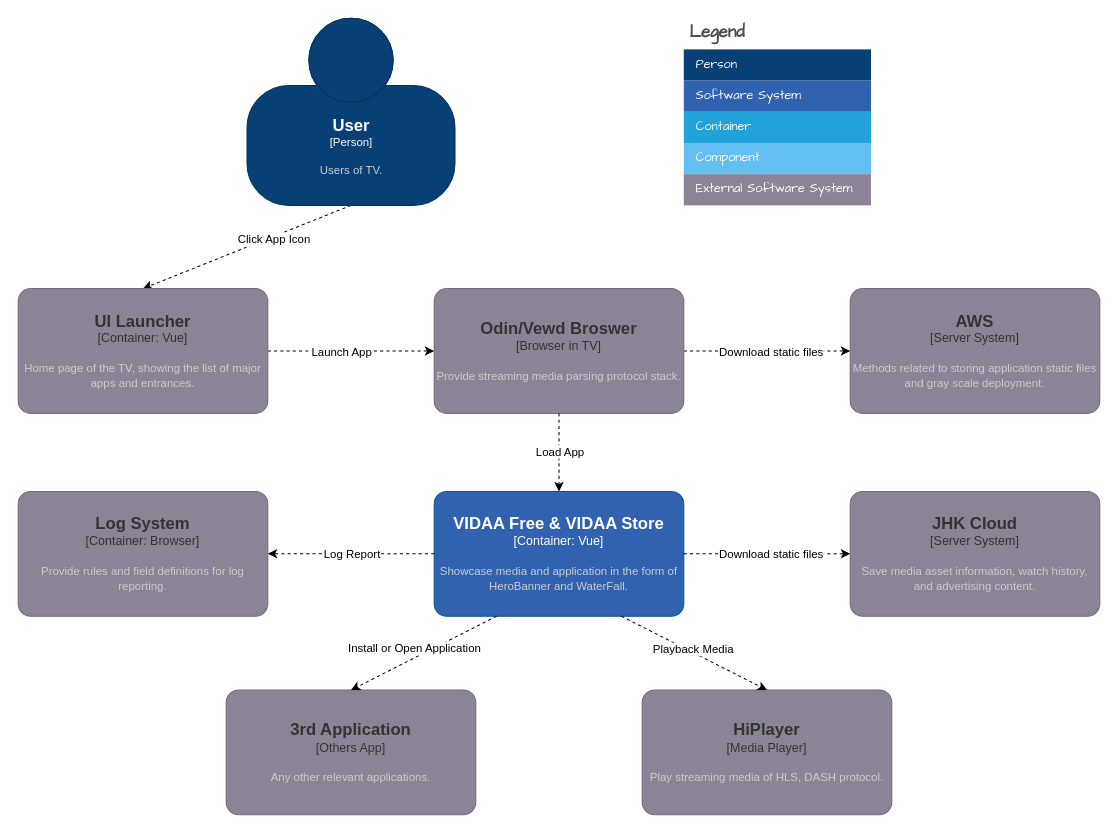
Before: page "Context Diagram 上下文图" (4 of 5) of Free and Store Diagram.drawio in LeeDebug/drawio, a draw.io diagram. Source tidied: cells renumbered, new cells numbered last; positions are measured from the earlier drawing's top-left corner, leaving out a move shared by most shapes. Both pictures are drawn from the tidied source at 104%, with x=0, y=0 at pixel (18, 18).
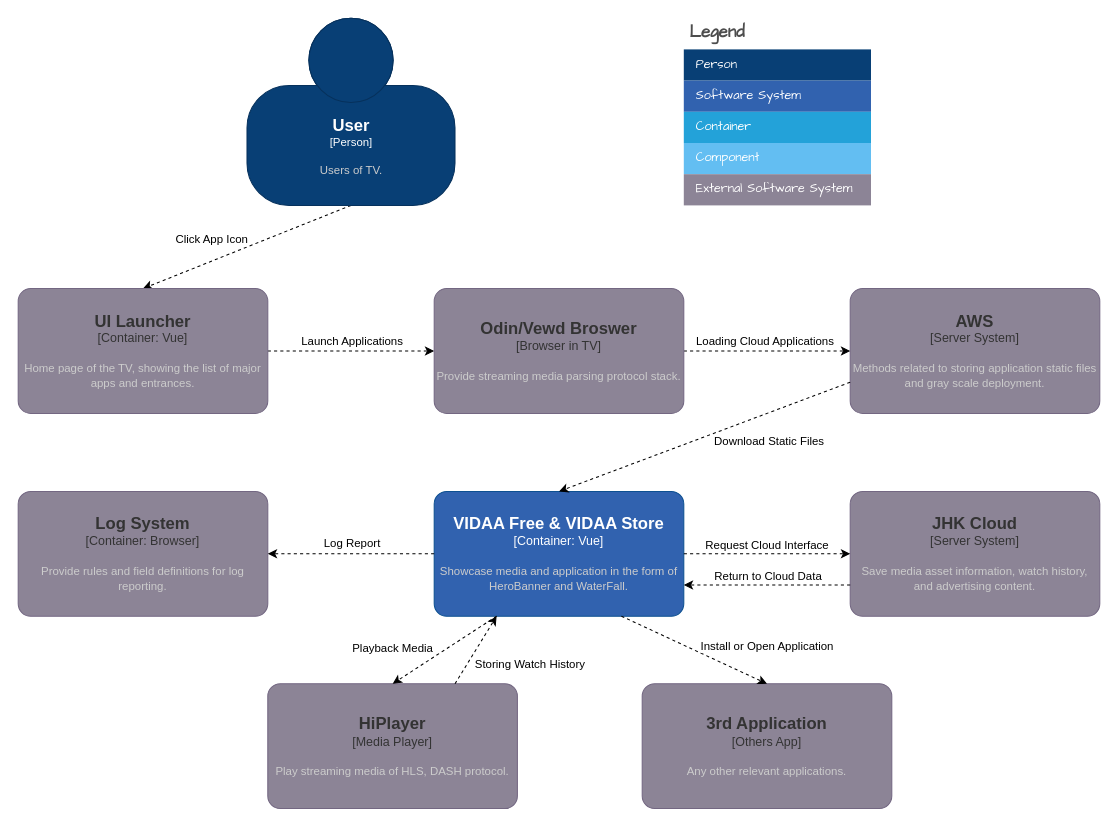
After the change.

Unchanged cells that the change refers to:
```xml
<mxCell id="2" style="rounded=0;jettySize=auto;html=1;exitX=0.5;exitY=1;exitDx=0;exitDy=0;exitPerimeter=0;entryX=0.5;entryY=0;entryDx=0;entryDy=0;entryPerimeter=0;dashed=1;snapToPoint=0;" parent="1" edge="1" source="4" target="7">
  <mxGeometry relative="1" as="geometry" />
</mxCell>
<mxCell id="5" style="edgeStyle=none;rounded=0;jettySize=auto;html=1;exitX=1;exitY=0.5;exitDx=0;exitDy=0;exitPerimeter=0;entryX=0;entryY=0.5;entryDx=0;entryDy=0;entryPerimeter=0;dashed=1;snapToPoint=0;" parent="1" edge="1" source="7" target="12">
  <mxGeometry relative="1" as="geometry" />
</mxCell>
<object id="8" label="&lt;font style=&quot;font-size: 16px&quot;&gt;&lt;b&gt;%c4Name%&lt;/b&gt;&lt;/font&gt;&lt;div&gt;[%c4Type%]&lt;/div&gt;&lt;br&gt;&lt;div&gt;&lt;font style=&quot;font-size: 11px&quot;&gt;&lt;font color=&quot;#cccccc&quot;&gt;%c4Description%&lt;/font&gt;&lt;/div&gt;" c4Description="Methods related to storing application static files and gray scale deployment." c4Name="AWS" c4Type="Server System" placeholders="1">
  <mxCell style="rounded=1;whiteSpace=wrap;html=1;labelBackgroundColor=none;fillColor=#8C8496;align=center;arcSize=10;strokeColor=#736782;points=[[0.25,0,0],[0.5,0,0],[0.75,0,0],[1,0.25,0],[1,0.5,0],[1,0.75,0],[0.75,1,0],[0.5,1,0],[0.25,1,0],[0,0.75,0],[0,0.5,0],[0,0.25,0]];fontColor=#333333;snapToPoint=0;" parent="1" vertex="1">
    <mxGeometry x="800" y="260" width="240" height="120" as="geometry" />
  </mxCell>
</object>
<mxCell id="9" style="edgeStyle=none;rounded=0;jettySize=auto;html=1;exitX=1;exitY=0.5;exitDx=0;exitDy=0;exitPerimeter=0;entryX=0;entryY=0.5;entryDx=0;entryDy=0;entryPerimeter=0;dashed=1;snapToPoint=0;" parent="1" edge="1" source="12" target="8">
  <mxGeometry relative="1" as="geometry" />
</mxCell>
<object id="11" label="&lt;font style=&quot;font-size: 16px&quot;&gt;&lt;b&gt;%c4Name%&lt;/b&gt;&lt;/font&gt;&lt;div&gt;[%c4Type%]&lt;/div&gt;&lt;br&gt;&lt;div&gt;&lt;font style=&quot;font-size: 11px&quot;&gt;&lt;font color=&quot;#cccccc&quot;&gt;%c4Description%&lt;/font&gt;&lt;/div&gt;" c4Description="Showcase media and application in the form of HeroBanner and WaterFall." c4Name="VIDAA Free &amp; VIDAA Store" c4Type="Container: Vue" placeholders="1">
  <mxCell style="rounded=1;whiteSpace=wrap;html=1;labelBackgroundColor=none;fillColor=#3162AF;fontColor=#ffffff;align=center;arcSize=10;strokeColor=#0D5091;points=[[0.25,0,0],[0.5,0,0],[0.75,0,0],[1,0.25,0],[1,0.5,0],[1,0.75,0],[0.75,1,0],[0.5,1,0],[0.25,1,0],[0,0.75,0],[0,0.5,0],[0,0.25,0]];snapToPoint=0;" parent="1" vertex="1">
    <mxGeometry x="400" y="455" width="240" height="120" as="geometry" />
  </mxCell>
</object>
<object id="12" label="&lt;font style=&quot;font-size: 16px&quot;&gt;&lt;b&gt;%c4Name%&lt;/b&gt;&lt;/font&gt;&lt;div&gt;[%c4Type%]&lt;/div&gt;&lt;br&gt;&lt;div&gt;&lt;font style=&quot;font-size: 11px&quot;&gt;&lt;font color=&quot;#cccccc&quot;&gt;%c4Description%&lt;/font&gt;&lt;/div&gt;" c4Description="Provide streaming media parsing protocol stack." c4Name="Odin/Vewd Broswer" c4Type="Browser in TV" placeholders="1">
  <mxCell style="rounded=1;whiteSpace=wrap;html=1;labelBackgroundColor=none;fillColor=#8C8496;fontColor=#333333;align=center;arcSize=10;strokeColor=#736782;points=[[0.25,0,0],[0.5,0,0],[0.75,0,0],[1,0.25,0],[1,0.5,0],[1,0.75,0],[0.75,1,0],[0.5,1,0],[0.25,1,0],[0,0.75,0],[0,0.5,0],[0,0.25,0]];snapToPoint=0;" parent="1" vertex="1">
    <mxGeometry x="400" y="260" width="240" height="120" as="geometry" />
  </mxCell>
</object>
<object id="27" label="&lt;font style=&quot;font-size: 16px&quot;&gt;&lt;b&gt;%c4Name%&lt;/b&gt;&lt;/font&gt;&lt;div&gt;[%c4Type%]&lt;/div&gt;&lt;br&gt;&lt;div&gt;&lt;font style=&quot;font-size: 11px&quot;&gt;&lt;font color=&quot;#cccccc&quot;&gt;%c4Description%&lt;/font&gt;&lt;/div&gt;" c4Description="Save media asset information, watch history, and advertising content." c4Name="JHK Cloud" c4Type="Server System" placeholders="1">
  <mxCell style="rounded=1;whiteSpace=wrap;html=1;labelBackgroundColor=none;fillColor=#8C8496;align=center;arcSize=10;strokeColor=#736782;points=[[0.25,0,0],[0.5,0,0],[0.75,0,0],[1,0.25,0],[1,0.5,0],[1,0.75,0],[0.75,1,0],[0.5,1,0],[0.25,1,0],[0,0.75,0],[0,0.5,0],[0,0.25,0]];fontColor=#333333;snapToPoint=0;" parent="1" vertex="1">
    <mxGeometry x="800" y="455" width="240" height="120" as="geometry" />
  </mxCell>
</object>
<mxCell id="30" style="edgeStyle=none;rounded=0;jettySize=auto;html=1;exitX=1;exitY=0.5;exitDx=0;exitDy=0;exitPerimeter=0;entryX=0;entryY=0.5;entryDx=0;entryDy=0;entryPerimeter=0;dashed=1;snapToPoint=0;" parent="1" edge="1" source="11" target="27">
  <mxGeometry relative="1" as="geometry" />
</mxCell>
<mxCell id="36" style="edgeStyle=none;rounded=0;jettySize=auto;html=1;exitX=0;exitY=0.5;exitDx=0;exitDy=0;exitPerimeter=0;entryX=1;entryY=0.5;entryDx=0;entryDy=0;entryPerimeter=0;dashed=1;snapToPoint=0;" parent="1" edge="1" source="11" target="24">
  <mxGeometry relative="1" as="geometry" />
</mxCell>
```

Diff of the diagram source:
```diff
@@
     <mxCell id="3" value="Click App Icon" style="edgeLabel;html=1;align=center;verticalAlign=middle;" parent="2" vertex="1">
       <mxGeometry x="-0.26" y="1" relative="1" as="geometry">
-        <mxPoint x="-1" y="2" as="offset" />
+        <mxPoint x="-61" y="2" as="offset" />
       </mxGeometry>
     </mxCell>
@@
-    <mxCell id="6" value="Launch App" style="edgeLabel;html=1;align=center;verticalAlign=middle;" parent="5" vertex="1">
+    <mxCell id="6" value="Launch Applications" style="edgeLabel;html=1;align=center;verticalAlign=middle;" parent="5" vertex="1">
       <mxGeometry x="-0.35" y="-1" relative="1" as="geometry">
-        <mxPoint x="18" y="-1" as="offset" />
+        <mxPoint x="28" y="-11" as="offset" />
       </mxGeometry>
     </mxCell>
@@
-    <mxCell id="10" value="Download static files" style="edgeLabel;html=1;align=center;verticalAlign=middle;" parent="9" vertex="1">
+    <mxCell id="10" value="Loading Cloud Applications" style="edgeLabel;html=1;align=center;verticalAlign=middle;" parent="9" vertex="1">
       <mxGeometry x="0.34" y="-2" relative="1" as="geometry">
-        <mxPoint x="-24" y="-2" as="offset" />
+        <mxPoint x="-30" y="-12" as="offset" />
       </mxGeometry>
     </mxCell>
@@
-    <mxCell id="25" style="edgeStyle=none;rounded=0;jettySize=auto;html=1;exitX=0.5;exitY=1;exitDx=0;exitDy=0;exitPerimeter=0;entryX=0.5;entryY=0;entryDx=0;entryDy=0;entryPerimeter=0;dashed=1;snapToPoint=0;" parent="1" edge="1" source="12" target="11">
+    <mxCell id="25" style="edgeStyle=none;rounded=0;jettySize=auto;html=1;exitX=0;exitY=0.75;exitDx=0;exitDy=0;exitPerimeter=0;entryX=0.5;entryY=0;entryDx=0;entryDy=0;entryPerimeter=0;dashed=1;snapToPoint=0;" parent="1" edge="1" source="8" target="11">
       <mxGeometry relative="1" as="geometry" />
     </mxCell>
-    <mxCell id="26" value="Load App" style="edgeLabel;html=1;align=center;verticalAlign=middle;" parent="25" vertex="1">
+    <mxCell id="26" value="Download Static Files" style="edgeLabel;html=1;align=center;verticalAlign=middle;" parent="25" vertex="1">
       <mxGeometry x="-0.35" y="-1" relative="1" as="geometry">
-        <mxPoint x="1" y="12" as="offset" />
+        <mxPoint x="13" y="23" as="offset" />
       </mxGeometry>
     </mxCell>
@@
     <object id="28" label="&lt;font style=&quot;font-size: 16px&quot;&gt;&lt;b&gt;%c4Name%&lt;/b&gt;&lt;/font&gt;&lt;div&gt;[%c4Type%]&lt;/div&gt;&lt;br&gt;&lt;div&gt;&lt;font style=&quot;font-size: 11px&quot;&gt;&lt;font color=&quot;#cccccc&quot;&gt;%c4Description%&lt;/font&gt;&lt;/div&gt;" c4Description="Play streaming media of HLS, DASH protocol." c4Name="HiPlayer" c4Type="Media Player" placeholders="1">
       <mxCell style="rounded=1;whiteSpace=wrap;html=1;labelBackgroundColor=none;fillColor=#8C8496;align=center;arcSize=10;strokeColor=#736782;points=[[0.25,0,0],[0.5,0,0],[0.75,0,0],[1,0.25,0],[1,0.5,0],[1,0.75,0],[0.75,1,0],[0.5,1,0],[0.25,1,0],[0,0.75,0],[0,0.5,0],[0,0.25,0]];fontColor=#333333;snapToPoint=0;" parent="1" vertex="1">
-        <mxGeometry x="600" y="646" width="240" height="120" as="geometry" />
+        <mxGeometry x="240" y="640" width="240" height="120" as="geometry" />
       </mxCell>
     </object>
     <object id="29" label="&lt;font style=&quot;font-size: 16px&quot;&gt;&lt;b&gt;%c4Name%&lt;/b&gt;&lt;/font&gt;&lt;div&gt;[%c4Type%]&lt;/div&gt;&lt;br&gt;&lt;div&gt;&lt;font style=&quot;font-size: 11px&quot;&gt;&lt;font color=&quot;#cccccc&quot;&gt;%c4Description%&lt;/font&gt;&lt;/div&gt;" c4Description="Any other relevant applications." c4Name="3rd Application" c4Type="Others App" placeholders="1">
       <mxCell style="rounded=1;whiteSpace=wrap;html=1;labelBackgroundColor=none;fillColor=#8C8496;align=center;arcSize=10;strokeColor=#736782;points=[[0.25,0,0],[0.5,0,0],[0.75,0,0],[1,0.25,0],[1,0.5,0],[1,0.75,0],[0.75,1,0],[0.5,1,0],[0.25,1,0],[0,0.75,0],[0,0.5,0],[0,0.25,0]];fontColor=#333333;snapToPoint=0;" parent="1" vertex="1">
-        <mxGeometry x="200" y="646" width="240" height="120" as="geometry" />
+        <mxGeometry x="600" y="640" width="240" height="120" as="geometry" />
       </mxCell>
     </object>
@@
-    <mxCell id="31" value="Download static files" style="edgeLabel;html=1;align=center;verticalAlign=middle;" parent="30" vertex="1">
+    <mxCell id="31" value="Request Cloud Interface" style="edgeLabel;html=1;align=center;verticalAlign=middle;" parent="30" vertex="1">
       <mxGeometry x="0.34" y="-2" relative="1" as="geometry">
-        <mxPoint x="-24" y="-2" as="offset" />
+        <mxPoint x="-28" y="-11" as="offset" />
       </mxGeometry>
     </mxCell>
-    <mxCell id="32" style="edgeStyle=none;rounded=0;jettySize=auto;html=1;entryX=0.5;entryY=0;entryDx=0;entryDy=0;entryPerimeter=0;dashed=1;snapToPoint=0;exitX=0.75;exitY=1;exitDx=0;exitDy=0;exitPerimeter=0;" parent="1" edge="1" source="11" target="28">
+    <mxCell id="32" style="edgeStyle=none;rounded=0;jettySize=auto;html=1;entryX=0.5;entryY=0;entryDx=0;entryDy=0;entryPerimeter=0;dashed=1;snapToPoint=0;exitX=0.25;exitY=1;exitDx=0;exitDy=0;exitPerimeter=0;" parent="1" edge="1" source="11" target="28">
       <mxGeometry relative="1" as="geometry" />
     </mxCell>
     <mxCell id="33" value="Playback Media" style="edgeLabel;html=1;align=center;verticalAlign=middle;" parent="32" vertex="1">
       <mxGeometry x="0.34" y="-2" relative="1" as="geometry">
-        <mxPoint x="-24" y="-18" as="offset" />
+        <mxPoint x="-32" y="-11" as="offset" />
       </mxGeometry>
     </mxCell>
-    <mxCell id="34" style="edgeStyle=none;rounded=0;jettySize=auto;html=1;exitX=0.25;exitY=1;exitDx=0;exitDy=0;exitPerimeter=0;entryX=0.5;entryY=0;entryDx=0;entryDy=0;entryPerimeter=0;dashed=1;snapToPoint=0;" parent="1" edge="1" source="11" target="29">
+    <mxCell id="34" style="edgeStyle=none;rounded=0;jettySize=auto;html=1;exitX=0.75;exitY=1;exitDx=0;exitDy=0;exitPerimeter=0;entryX=0.5;entryY=0;entryDx=0;entryDy=0;entryPerimeter=0;dashed=1;snapToPoint=0;" parent="1" edge="1" source="11" target="29">
       <mxGeometry relative="1" as="geometry" />
     </mxCell>
     <mxCell id="35" value="Install or Open Application" style="edgeLabel;html=1;align=center;verticalAlign=middle;" parent="34" vertex="1">
       <mxGeometry x="0.34" y="-2" relative="1" as="geometry">
-        <mxPoint x="15" y="-15" as="offset" />
+        <mxPoint x="47" y="-17" as="offset" />
       </mxGeometry>
     </mxCell>
@@
     <mxCell id="37" value="Log Report" style="edgeLabel;html=1;align=center;verticalAlign=middle;" parent="36" vertex="1">
       <mxGeometry x="0.34" y="-2" relative="1" as="geometry">
-        <mxPoint x="27" y="2" as="offset" />
+        <mxPoint x="27" y="-9" as="offset" />
       </mxGeometry>
     </mxCell>
+    <mxCell id="38" style="edgeStyle=none;rounded=0;jettySize=auto;html=1;exitX=0;exitY=0.75;exitDx=0;exitDy=0;exitPerimeter=0;entryX=1;entryY=0.75;entryDx=0;entryDy=0;entryPerimeter=0;dashed=1;snapToPoint=0;" parent="1" edge="1" source="27" target="11">
+      <mxGeometry relative="1" as="geometry" />
+    </mxCell>
+    <mxCell id="39" value="Return to Cloud Data" style="edgeLabel;html=1;align=center;verticalAlign=middle;" parent="38" vertex="1">
+      <mxGeometry x="0.34" y="-2" relative="1" as="geometry">
+        <mxPoint x="27" y="-7" as="offset" />
+      </mxGeometry>
+    </mxCell>
+    <mxCell id="40" style="edgeStyle=none;rounded=0;jettySize=auto;html=1;entryX=0.25;entryY=1;entryDx=0;entryDy=0;entryPerimeter=0;dashed=1;snapToPoint=0;exitX=0.75;exitY=0;exitDx=0;exitDy=0;exitPerimeter=0;" parent="1" edge="1" source="28" target="11">
+      <mxGeometry relative="1" as="geometry" />
+    </mxCell>
+    <mxCell id="41" value="Storing Watch&amp;nbsp;History" style="edgeLabel;html=1;align=center;verticalAlign=middle;" parent="40" vertex="1">
+      <mxGeometry x="0.34" y="-2" relative="1" as="geometry">
+        <mxPoint x="43" y="23" as="offset" />
+      </mxGeometry>
+    </mxCell>
```
